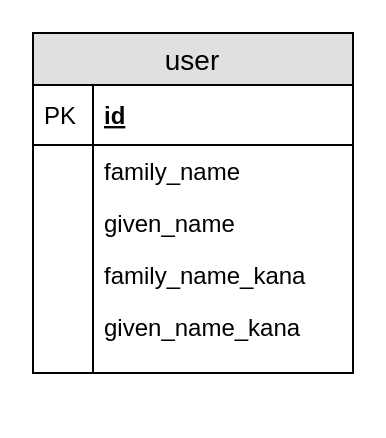
Earlier version of the draw.io diagram Rexia-WireFrame.drawio (besumero628/react-rails-ec). Source tidied: cells renumbered, new cells numbered last; positions are measured from the earlier drawing's top-left corner, leaving out a move shared by most shapes. Both pictures are drawn from the tidied source at 200%, with x=0, y=0 at pixel (32, 32).
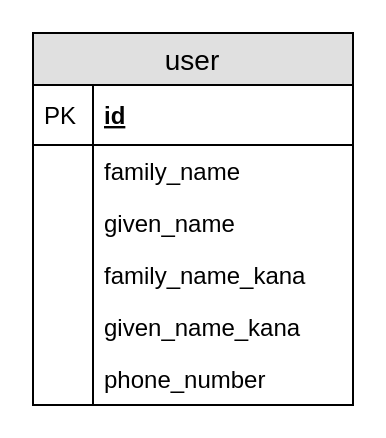
After the change.

Commit message:
[Add] Wire-flame

Diff of the diagram source:
```diff
@@
 <mxGraphModel>
   <root>
     <mxCell id="0" />
     <mxCell id="1" parent="0" />
     <mxCell id="2" value="user" style="swimlane;fontStyle=0;horizontal=1;startSize=26;fillColor=#e0e0e0;swimlaneFillColor=#ffffff;align=center;fontSize=14;" parent="1" vertex="1">
-      <mxGeometry width="160" height="170" as="geometry" />
+      <mxGeometry width="160" height="186" as="geometry" />
     </mxCell>
     <mxCell id="3" value="id" style="shape=partialRectangle;top=0;left=0;right=0;bottom=1;align=left;verticalAlign=middle;fillColor=none;spacingLeft=34;spacingRight=4;overflow=hidden;fontStyle=5;fontSize=12;" parent="2" vertex="1">
       <mxGeometry y="26" width="160" height="30" as="geometry" />
     </mxCell>
     <mxCell id="4" value="PK" style="shape=partialRectangle;top=0;left=0;bottom=0;fillColor=none;align=left;verticalAlign=middle;spacingLeft=4;spacingRight=4;overflow=hidden;fontSize=12;" parent="3" vertex="1">
       <mxGeometry width="30" height="30" as="geometry" />
     </mxCell>
     <mxCell id="5" value="family_name" style="shape=partialRectangle;top=0;left=0;right=0;bottom=0;align=left;verticalAlign=top;fillColor=none;spacingLeft=34;spacingRight=4;overflow=hidden;fontSize=12;" parent="2" vertex="1">
       <mxGeometry y="56" width="160" height="26" as="geometry" />
     </mxCell>
     <mxCell id="6" style="shape=partialRectangle;top=0;left=0;bottom=0;fillColor=none;align=left;verticalAlign=top;spacingLeft=4;spacingRight=4;overflow=hidden;fontSize=12;" parent="5" vertex="1">
       <mxGeometry width="30" height="26" as="geometry" />
     </mxCell>
     <mxCell id="7" value="given_name" style="shape=partialRectangle;top=0;left=0;right=0;bottom=0;align=left;verticalAlign=top;fillColor=none;spacingLeft=34;spacingRight=4;overflow=hidden;fontSize=12;" parent="2" vertex="1">
       <mxGeometry y="82" width="160" height="26" as="geometry" />
     </mxCell>
     <mxCell id="8" style="shape=partialRectangle;top=0;left=0;bottom=0;fillColor=none;align=left;verticalAlign=top;spacingLeft=4;spacingRight=4;overflow=hidden;fontSize=12;" parent="7" vertex="1">
       <mxGeometry width="30" height="26" as="geometry" />
     </mxCell>
     <mxCell id="9" value="family_name_kana" style="shape=partialRectangle;top=0;left=0;right=0;bottom=0;align=left;verticalAlign=top;fillColor=none;spacingLeft=34;spacingRight=4;overflow=hidden;fontSize=12;" parent="2" vertex="1">
       <mxGeometry y="108" width="160" height="26" as="geometry" />
     </mxCell>
     <mxCell id="10" style="shape=partialRectangle;top=0;left=0;bottom=0;fillColor=none;align=left;verticalAlign=top;spacingLeft=4;spacingRight=4;overflow=hidden;fontSize=12;" parent="9" vertex="1">
       <mxGeometry width="30" height="26" as="geometry" />
     </mxCell>
     <mxCell id="11" value="given_name_kana" style="shape=partialRectangle;top=0;left=0;right=0;bottom=0;align=left;verticalAlign=top;fillColor=none;spacingLeft=34;spacingRight=4;overflow=hidden;fontSize=12;" parent="2" vertex="1">
       <mxGeometry y="134" width="160" height="26" as="geometry" />
     </mxCell>
     <mxCell id="12" style="shape=partialRectangle;top=0;left=0;bottom=0;fillColor=none;align=left;verticalAlign=top;spacingLeft=4;spacingRight=4;overflow=hidden;fontSize=12;" parent="11" vertex="1">
       <mxGeometry width="30" height="26" as="geometry" />
     </mxCell>
-    <mxCell id="13" style="shape=partialRectangle;top=0;left=0;right=0;bottom=0;align=left;verticalAlign=top;fillColor=none;spacingLeft=34;spacingRight=4;overflow=hidden;fontSize=12;" parent="2" vertex="1">
-      <mxGeometry y="160" width="160" height="10" as="geometry" />
-    </mxCell>
-    <mxCell id="14" style="shape=partialRectangle;top=0;left=0;bottom=0;fillColor=none;align=left;verticalAlign=top;spacingLeft=4;spacingRight=4;overflow=hidden;fontSize=12;" parent="13" vertex="1">
-      <mxGeometry width="30" height="10" as="geometry" />
-    </mxCell>
+    <mxCell id="15" value="phone_number" style="shape=partialRectangle;top=0;left=0;right=0;bottom=0;align=left;verticalAlign=top;fillColor=none;spacingLeft=34;spacingRight=4;overflow=hidden;fontSize=12;" parent="2" vertex="1">
+      <mxGeometry y="160" width="160" height="26" as="geometry" />
+    </mxCell>
+    <mxCell id="16" style="shape=partialRectangle;top=0;left=0;bottom=0;fillColor=none;align=left;verticalAlign=top;spacingLeft=4;spacingRight=4;overflow=hidden;fontSize=12;" parent="15" vertex="1">
+      <mxGeometry width="30" height="26" as="geometry" />
+    </mxCell>
   </root>
 </mxGraphModel>
```
